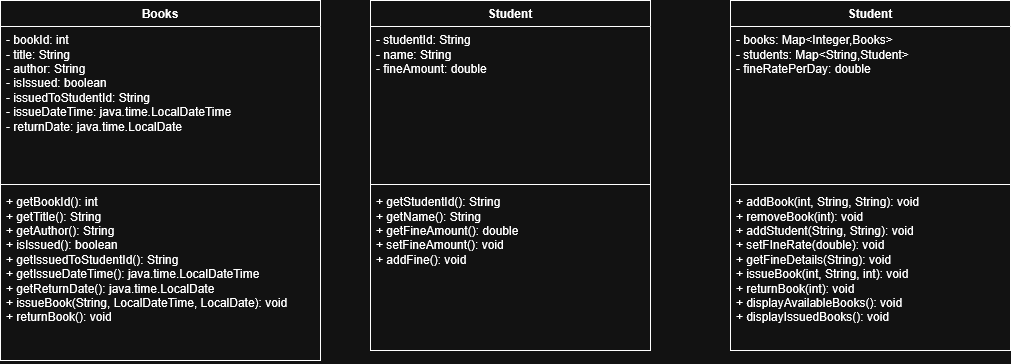
Earlier version of the draw.io export lms (CLI)/LMS(CLI).UML.png (UE19/projectwork_lms-01). Source tidied: cells renumbered, new cells last; positions are measured from the earlier drawing's top-left corner, leaving out a move shared by most shapes.
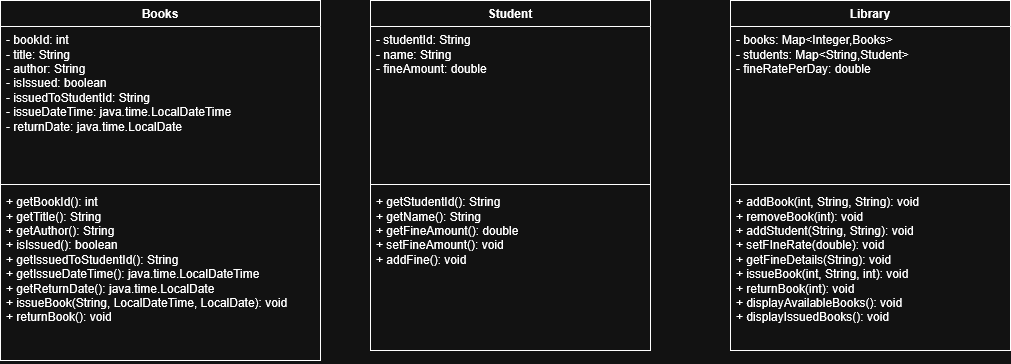
The same diagram one commit later.

Commit message:
update UML (lms-cli)

Change to the diagram source:
```diff
@@ -26,7 +26,7 @@
     <mxCell id="9" value="+ getStudentId(): String&lt;br&gt;+ getName(): String&lt;br&gt;&lt;div&gt;+ getFineAmount(): double&lt;/div&gt;&lt;div&gt;+ setFineAmount(): void&lt;br&gt;+ addFine(): void&lt;/div&gt;" style="text;strokeColor=none;fillColor=none;align=left;verticalAlign=top;spacingLeft=4;spacingRight=4;overflow=hidden;whiteSpace=wrap;html=1;" parent="6" vertex="1">
       <mxGeometry y="188" width="280" height="162" as="geometry" />
     </mxCell>
-    <mxCell id="10" value="Student" style="swimlane;fontStyle=1;align=center;verticalAlign=top;horizontal=1;startSize=26;whiteSpace=wrap;html=1;" parent="1" vertex="1">
+    <mxCell id="10" value="Library" style="swimlane;fontStyle=1;align=center;verticalAlign=top;horizontal=1;startSize=26;whiteSpace=wrap;html=1;" parent="1" vertex="1">
       <mxGeometry x="730" width="280" height="350" as="geometry" />
     </mxCell>
     <mxCell id="11" value="&lt;div&gt;- books: Map&amp;lt;Integer,Books&amp;gt;&lt;/div&gt;&lt;div&gt;- students: Map&amp;lt;String,Student&amp;gt;&lt;/div&gt;&lt;div&gt;- fineRatePerDay: double&lt;/div&gt;" style="text;strokeColor=none;fillColor=none;align=left;verticalAlign=top;spacingLeft=4;spacingRight=4;overflow=hidden;whiteSpace=wrap;html=1;" parent="10" vertex="1">
```
